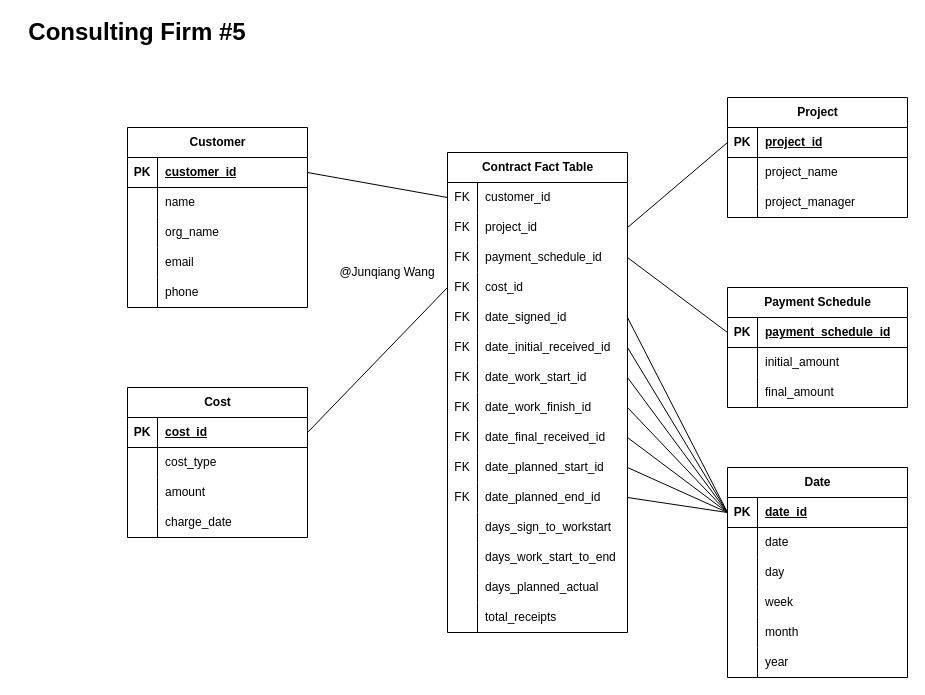
Before: page "consulting-5" (6 of 6) of hw4b.drawio in EliWangC/dsci-559-database, a draw.io diagram. Source tidied: cells renumbered, new cells numbered last; positions are measured from the earlier drawing's top-left corner, leaving out a move shared by most shapes. Both pictures are drawn from the tidied source at 100%, with x=0, y=0 at pixel (17, 17).
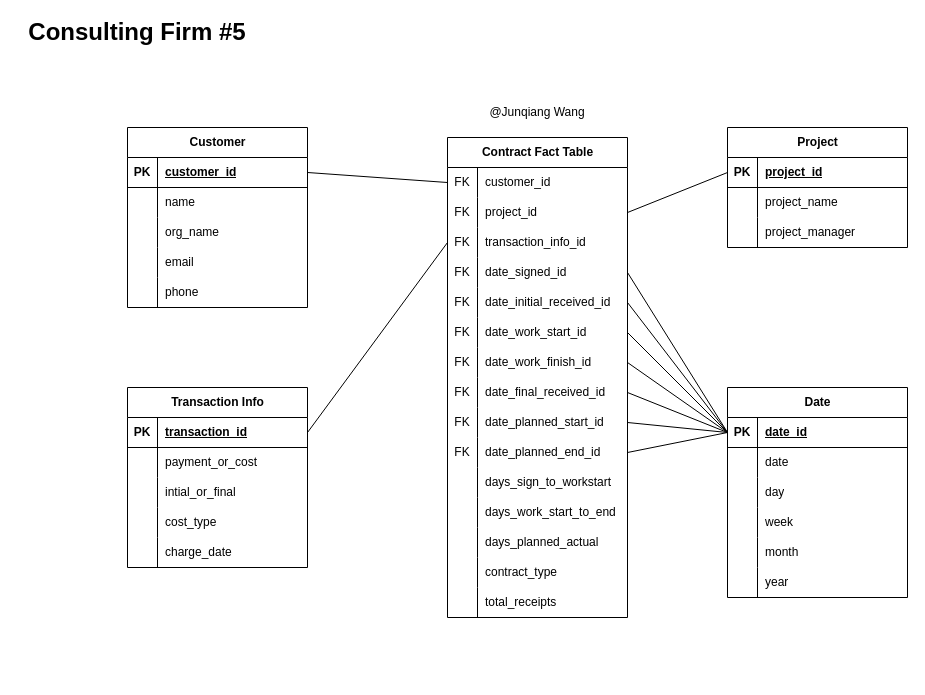
The same diagram, later.

What changed in the source:
```diff
@@
     <mxCell id="3" value="Contract Fact Table" style="shape=table;startSize=30;childLayout=tableLayout;rowLines=0;fontStyle=1;align=center;html=1;" parent="1" vertex="1">
-      <mxGeometry x="430" y="135" width="180" height="480" as="geometry" />
+      <mxGeometry x="430" y="120" width="180" height="480" as="geometry" />
     </mxCell>
@@
-    <mxCell id="10" style="shape=tableRow;horizontal=0;startSize=0;swimlaneHead=0;swimlaneBody=0;fillColor=none;points=[[0,0.5],[1,0.5]];portConstraint=eastwest;top=0;left=0;right=0;bottom=0;" parent="3" vertex="1">
-      <mxGeometry y="90" width="180" height="30" as="geometry" />
-    </mxCell>
-    <mxCell id="11" value="FK" style="shape=partialRectangle;fillColor=none;top=0;left=0;bottom=0;right=0;overflow=hidden;whiteSpace=wrap;html=1;" parent="10" vertex="1">
-      <mxGeometry width="30" height="30" as="geometry" />
-    </mxCell>
-    <mxCell id="12" value="payment_schedule_id" style="shape=partialRectangle;fillColor=none;top=0;left=0;bottom=0;right=0;align=left;spacingLeft=6;overflow=hidden;whiteSpace=wrap;html=1;" parent="10" vertex="1">
-      <mxGeometry x="30" width="150" height="30" as="geometry" />
-    </mxCell>
     <mxCell id="13" style="shape=tableRow;horizontal=0;startSize=0;swimlaneHead=0;swimlaneBody=0;fillColor=none;points=[[0,0.5],[1,0.5]];portConstraint=eastwest;top=0;left=0;right=0;bottom=0;" parent="3" vertex="1">
-      <mxGeometry y="120" width="180" height="30" as="geometry" />
+      <mxGeometry y="90" width="180" height="30" as="geometry" />
     </mxCell>
@@
-    <mxCell id="15" value="cost_id" style="shape=partialRectangle;fillColor=none;top=0;left=0;bottom=0;right=0;align=left;spacingLeft=6;overflow=hidden;whiteSpace=wrap;html=1;" parent="13" vertex="1">
+    <mxCell id="15" value="transaction_info_id" style="shape=partialRectangle;fillColor=none;top=0;left=0;bottom=0;right=0;align=left;spacingLeft=6;overflow=hidden;whiteSpace=wrap;html=1;" parent="13" vertex="1">
       <mxGeometry x="30" width="150" height="30" as="geometry" />
     </mxCell>
     <mxCell id="16" style="shape=tableRow;horizontal=0;startSize=0;swimlaneHead=0;swimlaneBody=0;fillColor=none;points=[[0,0.5],[1,0.5]];portConstraint=eastwest;top=0;left=0;right=0;bottom=0;" parent="3" vertex="1">
-      <mxGeometry y="150" width="180" height="30" as="geometry" />
+      <mxGeometry y="120" width="180" height="30" as="geometry" />
     </mxCell>
@@
     <mxCell id="19" style="shape=tableRow;horizontal=0;startSize=0;swimlaneHead=0;swimlaneBody=0;fillColor=none;points=[[0,0.5],[1,0.5]];portConstraint=eastwest;top=0;left=0;right=0;bottom=0;" parent="3" vertex="1">
-      <mxGeometry y="180" width="180" height="30" as="geometry" />
+      <mxGeometry y="150" width="180" height="30" as="geometry" />
     </mxCell>
@@
     <mxCell id="22" style="shape=tableRow;horizontal=0;startSize=0;swimlaneHead=0;swimlaneBody=0;fillColor=none;points=[[0,0.5],[1,0.5]];portConstraint=eastwest;top=0;left=0;right=0;bottom=0;" parent="3" vertex="1">
-      <mxGeometry y="210" width="180" height="30" as="geometry" />
+      <mxGeometry y="180" width="180" height="30" as="geometry" />
     </mxCell>
@@
     <mxCell id="25" style="shape=tableRow;horizontal=0;startSize=0;swimlaneHead=0;swimlaneBody=0;fillColor=none;points=[[0,0.5],[1,0.5]];portConstraint=eastwest;top=0;left=0;right=0;bottom=0;" parent="3" vertex="1">
-      <mxGeometry y="240" width="180" height="30" as="geometry" />
+      <mxGeometry y="210" width="180" height="30" as="geometry" />
     </mxCell>
@@
     <mxCell id="28" style="shape=tableRow;horizontal=0;startSize=0;swimlaneHead=0;swimlaneBody=0;fillColor=none;points=[[0,0.5],[1,0.5]];portConstraint=eastwest;top=0;left=0;right=0;bottom=0;" parent="3" vertex="1">
-      <mxGeometry y="270" width="180" height="30" as="geometry" />
+      <mxGeometry y="240" width="180" height="30" as="geometry" />
     </mxCell>
@@
     <mxCell id="31" style="shape=tableRow;horizontal=0;startSize=0;swimlaneHead=0;swimlaneBody=0;fillColor=none;points=[[0,0.5],[1,0.5]];portConstraint=eastwest;top=0;left=0;right=0;bottom=0;" parent="3" vertex="1">
-      <mxGeometry y="300" width="180" height="30" as="geometry" />
+      <mxGeometry y="270" width="180" height="30" as="geometry" />
     </mxCell>
@@
     <mxCell id="34" style="shape=tableRow;horizontal=0;startSize=0;swimlaneHead=0;swimlaneBody=0;fillColor=none;points=[[0,0.5],[1,0.5]];portConstraint=eastwest;top=0;left=0;right=0;bottom=0;" parent="3" vertex="1">
-      <mxGeometry y="330" width="180" height="30" as="geometry" />
+      <mxGeometry y="300" width="180" height="30" as="geometry" />
     </mxCell>
@@
     <mxCell id="37" style="shape=tableRow;horizontal=0;startSize=0;swimlaneHead=0;swimlaneBody=0;fillColor=none;top=0;left=0;right=0;bottom=0;" parent="3" vertex="1">
-      <mxGeometry y="360" width="180" height="30" as="geometry" />
+      <mxGeometry y="330" width="180" height="30" as="geometry" />
     </mxCell>
@@
     <mxCell id="40" style="shape=tableRow;horizontal=0;startSize=0;swimlaneHead=0;swimlaneBody=0;fillColor=none;top=0;left=0;right=0;bottom=0;" parent="3" vertex="1">
-      <mxGeometry y="390" width="180" height="30" as="geometry" />
+      <mxGeometry y="360" width="180" height="30" as="geometry" />
     </mxCell>
@@
     <mxCell id="43" style="shape=tableRow;horizontal=0;startSize=0;swimlaneHead=0;swimlaneBody=0;fillColor=none;top=0;left=0;right=0;bottom=0;" parent="3" vertex="1">
-      <mxGeometry y="420" width="180" height="30" as="geometry" />
+      <mxGeometry y="390" width="180" height="30" as="geometry" />
     </mxCell>
@@
+    <mxCell id="129" style="shape=tableRow;horizontal=0;startSize=0;swimlaneHead=0;swimlaneBody=0;fillColor=none;top=0;left=0;right=0;bottom=0;" parent="3" vertex="1">
+      <mxGeometry y="420" width="180" height="30" as="geometry" />
+    </mxCell>
+    <mxCell id="130" style="shape=partialRectangle;fillColor=none;top=0;left=0;bottom=0;right=0;overflow=hidden;whiteSpace=wrap;html=1;" parent="129" vertex="1">
+      <mxGeometry width="30" height="30" as="geometry" />
+    </mxCell>
+    <mxCell id="131" value="contract_type" style="shape=partialRectangle;fillColor=none;top=0;left=0;bottom=0;right=0;align=left;spacingLeft=6;overflow=hidden;whiteSpace=wrap;html=1;" parent="129" vertex="1">
+      <mxGeometry x="30" width="150" height="30" as="geometry" />
+    </mxCell>
@@
     <mxCell id="65" value="Project" style="shape=table;startSize=30;childLayout=tableLayout;rowLines=0;fontStyle=1;align=center;html=1;" parent="1" vertex="1">
-      <mxGeometry x="710" y="80" width="180" height="120" as="geometry" />
+      <mxGeometry x="710" y="110" width="180" height="120" as="geometry" />
     </mxCell>
@@
-    <mxCell id="75" value="Payment Schedule" style="shape=table;startSize=30;childLayout=tableLayout;rowLines=0;fontStyle=1;align=center;html=1;" parent="1" vertex="1">
-      <mxGeometry x="710" y="270" width="180" height="120" as="geometry" />
-    </mxCell>
-    <mxCell id="76" style="shape=tableRow;horizontal=0;startSize=0;swimlaneHead=0;swimlaneBody=0;fillColor=none;points=[[0,0.5],[1,0.5]];portConstraint=eastwest;top=0;left=0;right=0;bottom=1;" parent="75" vertex="1">
-      <mxGeometry y="30" width="180" height="30" as="geometry" />
-    </mxCell>
-    <mxCell id="77" value="PK" style="shape=partialRectangle;fillColor=none;top=0;left=0;bottom=0;right=0;fontStyle=1;overflow=hidden;whiteSpace=wrap;html=1;" parent="76" vertex="1">
-      <mxGeometry width="30" height="30" as="geometry" />
-    </mxCell>
-    <mxCell id="78" value="payment_schedule_id" style="shape=partialRectangle;fillColor=none;top=0;left=0;bottom=0;right=0;align=left;spacingLeft=6;fontStyle=5;overflow=hidden;whiteSpace=wrap;html=1;" parent="76" vertex="1">
-      <mxGeometry x="30" width="150" height="30" as="geometry" />
-    </mxCell>
-    <mxCell id="79" style="shape=tableRow;horizontal=0;startSize=0;swimlaneHead=0;swimlaneBody=0;fillColor=none;top=0;left=0;right=0;bottom=0;" parent="75" vertex="1">
-      <mxGeometry y="60" width="180" height="30" as="geometry" />
-    </mxCell>
-    <mxCell id="80" style="shape=partialRectangle;fillColor=none;top=0;left=0;bottom=0;right=0;overflow=hidden;whiteSpace=wrap;html=1;" parent="79" vertex="1">
-      <mxGeometry width="30" height="30" as="geometry" />
-    </mxCell>
-    <mxCell id="81" value="initial_amount" style="shape=partialRectangle;fillColor=none;top=0;left=0;bottom=0;right=0;align=left;spacingLeft=6;overflow=hidden;whiteSpace=wrap;html=1;" parent="79" vertex="1">
-      <mxGeometry x="30" width="150" height="30" as="geometry" />
-    </mxCell>
-    <mxCell id="82" style="shape=tableRow;horizontal=0;startSize=0;swimlaneHead=0;swimlaneBody=0;fillColor=none;top=0;left=0;right=0;bottom=0;" parent="75" vertex="1">
-      <mxGeometry y="90" width="180" height="30" as="geometry" />
-    </mxCell>
-    <mxCell id="83" style="shape=partialRectangle;fillColor=none;top=0;left=0;bottom=0;right=0;overflow=hidden;whiteSpace=wrap;html=1;" parent="82" vertex="1">
-      <mxGeometry width="30" height="30" as="geometry" />
-    </mxCell>
-    <mxCell id="84" value="final_amount" style="shape=partialRectangle;fillColor=none;top=0;left=0;bottom=0;right=0;align=left;spacingLeft=6;overflow=hidden;whiteSpace=wrap;html=1;" parent="82" vertex="1">
-      <mxGeometry x="30" width="150" height="30" as="geometry" />
-    </mxCell>
-    <mxCell id="85" value="Cost" style="shape=table;startSize=30;childLayout=tableLayout;rowLines=0;fontStyle=1;align=center;html=1;" parent="1" vertex="1">
-      <mxGeometry x="110" y="370" width="180" height="150" as="geometry" />
-    </mxCell>
-    <mxCell id="86" style="shape=tableRow;horizontal=0;startSize=0;swimlaneHead=0;swimlaneBody=0;fillColor=none;points=[[0,0.5],[1,0.5]];portConstraint=eastwest;top=0;left=0;right=0;bottom=1;" parent="85" vertex="1">
-      <mxGeometry y="30" width="180" height="30" as="geometry" />
-    </mxCell>
-    <mxCell id="87" value="PK" style="shape=partialRectangle;fillColor=none;top=0;left=0;bottom=0;right=0;fontStyle=1;overflow=hidden;whiteSpace=wrap;html=1;" parent="86" vertex="1">
-      <mxGeometry width="30" height="30" as="geometry" />
-    </mxCell>
-    <mxCell id="88" value="cost_id" style="shape=partialRectangle;fillColor=none;top=0;left=0;bottom=0;right=0;align=left;spacingLeft=6;fontStyle=5;overflow=hidden;whiteSpace=wrap;html=1;" parent="86" vertex="1">
-      <mxGeometry x="30" width="150" height="30" as="geometry" />
-    </mxCell>
-    <mxCell id="89" style="shape=tableRow;horizontal=0;startSize=0;swimlaneHead=0;swimlaneBody=0;fillColor=none;top=0;left=0;right=0;bottom=0;" parent="85" vertex="1">
-      <mxGeometry y="60" width="180" height="30" as="geometry" />
-    </mxCell>
-    <mxCell id="90" style="shape=partialRectangle;fillColor=none;top=0;left=0;bottom=0;right=0;overflow=hidden;whiteSpace=wrap;html=1;" parent="89" vertex="1">
-      <mxGeometry width="30" height="30" as="geometry" />
-    </mxCell>
-    <mxCell id="91" value="cost_type" style="shape=partialRectangle;fillColor=none;top=0;left=0;bottom=0;right=0;align=left;spacingLeft=6;overflow=hidden;whiteSpace=wrap;html=1;" parent="89" vertex="1">
-      <mxGeometry x="30" width="150" height="30" as="geometry" />
-    </mxCell>
-    <mxCell id="92" style="shape=tableRow;horizontal=0;startSize=0;swimlaneHead=0;swimlaneBody=0;fillColor=none;top=0;left=0;right=0;bottom=0;" parent="85" vertex="1">
-      <mxGeometry y="90" width="180" height="30" as="geometry" />
-    </mxCell>
-    <mxCell id="93" style="shape=partialRectangle;fillColor=none;top=0;left=0;bottom=0;right=0;overflow=hidden;whiteSpace=wrap;html=1;" parent="92" vertex="1">
-      <mxGeometry width="30" height="30" as="geometry" />
-    </mxCell>
-    <mxCell id="94" value="amount" style="shape=partialRectangle;fillColor=none;top=0;left=0;bottom=0;right=0;align=left;spacingLeft=6;overflow=hidden;whiteSpace=wrap;html=1;" parent="92" vertex="1">
-      <mxGeometry x="30" width="150" height="30" as="geometry" />
-    </mxCell>
-    <mxCell id="95" style="shape=tableRow;horizontal=0;startSize=0;swimlaneHead=0;swimlaneBody=0;fillColor=none;top=0;left=0;right=0;bottom=0;" parent="85" vertex="1">
-      <mxGeometry y="120" width="180" height="30" as="geometry" />
-    </mxCell>
-    <mxCell id="96" style="shape=partialRectangle;fillColor=none;top=0;left=0;bottom=0;right=0;overflow=hidden;whiteSpace=wrap;html=1;" parent="95" vertex="1">
-      <mxGeometry width="30" height="30" as="geometry" />
-    </mxCell>
-    <mxCell id="97" value="charge_date" style="shape=partialRectangle;fillColor=none;top=0;left=0;bottom=0;right=0;align=left;spacingLeft=6;overflow=hidden;whiteSpace=wrap;html=1;" parent="95" vertex="1">
-      <mxGeometry x="30" width="150" height="30" as="geometry" />
-    </mxCell>
@@
-    <mxCell id="99" style="rounded=0;jettySize=auto;html=1;exitX=1;exitY=0.5;exitDx=0;exitDy=0;entryX=0;entryY=0.5;entryDx=0;entryDy=0;endArrow=none;endFill=0;" parent="1" edge="1" source="86" target="13">
+    <mxCell id="99" style="rounded=0;jettySize=auto;html=1;exitX=1;exitY=0.5;exitDx=0;exitDy=0;entryX=0;entryY=0.5;entryDx=0;entryDy=0;endArrow=none;endFill=0;" parent="1" edge="1" source="133" target="13">
       <mxGeometry relative="1" as="geometry" />
     </mxCell>
@@
-    <mxCell id="101" style="rounded=0;jettySize=auto;html=1;exitX=1;exitY=0.5;exitDx=0;exitDy=0;entryX=0;entryY=0.5;entryDx=0;entryDy=0;endArrow=none;endFill=0;" parent="1" edge="1" source="10" target="76">
-      <mxGeometry relative="1" as="geometry" />
-    </mxCell>
     <mxCell id="102" value="@Junqiang Wang" style="text;html=1;strokeColor=none;fillColor=none;align=center;verticalAlign=middle;whiteSpace=wrap;rounded=0;" parent="1" vertex="1">
-      <mxGeometry x="310" y="240" width="120" height="30" as="geometry" />
+      <mxGeometry x="460" y="80" width="120" height="30" as="geometry" />
     </mxCell>
@@
     <mxCell id="104" value="Date" style="shape=table;startSize=30;childLayout=tableLayout;rowLines=0;fontStyle=1;align=center;html=1;" parent="1" vertex="1">
-      <mxGeometry x="710" y="450" width="180" height="210" as="geometry" />
+      <mxGeometry x="710" y="370" width="180" height="210" as="geometry" />
     </mxCell>
@@
+    <mxCell id="132" value="Transaction Info" style="shape=table;startSize=30;childLayout=tableLayout;rowLines=0;fontStyle=1;align=center;html=1;" parent="1" vertex="1">
+      <mxGeometry x="110" y="370" width="180" height="180" as="geometry" />
+    </mxCell>
+    <mxCell id="133" style="shape=tableRow;horizontal=0;startSize=0;swimlaneHead=0;swimlaneBody=0;fillColor=none;points=[[0,0.5],[1,0.5]];portConstraint=eastwest;top=0;left=0;right=0;bottom=1;" parent="132" vertex="1">
+      <mxGeometry y="30" width="180" height="30" as="geometry" />
+    </mxCell>
+    <mxCell id="134" value="PK" style="shape=partialRectangle;fillColor=none;top=0;left=0;bottom=0;right=0;fontStyle=1;overflow=hidden;whiteSpace=wrap;html=1;" parent="133" vertex="1">
+      <mxGeometry width="30" height="30" as="geometry" />
+    </mxCell>
+    <mxCell id="135" value="transaction_id" style="shape=partialRectangle;fillColor=none;top=0;left=0;bottom=0;right=0;align=left;spacingLeft=6;fontStyle=5;overflow=hidden;whiteSpace=wrap;html=1;" parent="133" vertex="1">
+      <mxGeometry x="30" width="150" height="30" as="geometry" />
+    </mxCell>
+    <mxCell id="136" style="shape=tableRow;horizontal=0;startSize=0;swimlaneHead=0;swimlaneBody=0;fillColor=none;top=0;left=0;right=0;bottom=0;" parent="132" vertex="1">
+      <mxGeometry y="60" width="180" height="30" as="geometry" />
+    </mxCell>
+    <mxCell id="137" style="shape=partialRectangle;fillColor=none;top=0;left=0;bottom=0;right=0;overflow=hidden;whiteSpace=wrap;html=1;" parent="136" vertex="1">
+      <mxGeometry width="30" height="30" as="geometry" />
+    </mxCell>
+    <mxCell id="138" value="payment_or_cost" style="shape=partialRectangle;fillColor=none;top=0;left=0;bottom=0;right=0;align=left;spacingLeft=6;overflow=hidden;whiteSpace=wrap;html=1;" parent="136" vertex="1">
+      <mxGeometry x="30" width="150" height="30" as="geometry" />
+    </mxCell>
+    <mxCell id="139" style="shape=tableRow;horizontal=0;startSize=0;swimlaneHead=0;swimlaneBody=0;fillColor=none;top=0;left=0;right=0;bottom=0;" parent="132" vertex="1">
+      <mxGeometry y="90" width="180" height="30" as="geometry" />
+    </mxCell>
+    <mxCell id="140" style="shape=partialRectangle;fillColor=none;top=0;left=0;bottom=0;right=0;overflow=hidden;whiteSpace=wrap;html=1;" parent="139" vertex="1">
+      <mxGeometry width="30" height="30" as="geometry" />
+    </mxCell>
+    <mxCell id="141" value="intial_or_final" style="shape=partialRectangle;fillColor=none;top=0;left=0;bottom=0;right=0;align=left;spacingLeft=6;overflow=hidden;whiteSpace=wrap;html=1;" parent="139" vertex="1">
+      <mxGeometry x="30" width="150" height="30" as="geometry" />
+    </mxCell>
+    <mxCell id="95" style="shape=tableRow;horizontal=0;startSize=0;swimlaneHead=0;swimlaneBody=0;fillColor=none;top=0;left=0;right=0;bottom=0;" parent="132" vertex="1">
+      <mxGeometry y="120" width="180" height="30" as="geometry" />
+    </mxCell>
+    <mxCell id="142" style="shape=partialRectangle;fillColor=none;top=0;left=0;bottom=0;right=0;overflow=hidden;whiteSpace=wrap;html=1;" parent="95" vertex="1">
+      <mxGeometry width="30" height="30" as="geometry" />
+    </mxCell>
+    <mxCell id="91" value="cost_type" style="shape=partialRectangle;fillColor=none;top=0;left=0;bottom=0;right=0;align=left;spacingLeft=6;overflow=hidden;whiteSpace=wrap;html=1;" parent="95" vertex="1">
+      <mxGeometry x="30" width="150" height="30" as="geometry" />
+    </mxCell>
+    <mxCell id="143" style="shape=tableRow;horizontal=0;startSize=0;swimlaneHead=0;swimlaneBody=0;fillColor=none;top=0;left=0;right=0;bottom=0;" parent="132" vertex="1">
+      <mxGeometry y="150" width="180" height="30" as="geometry" />
+    </mxCell>
+    <mxCell id="144" style="shape=partialRectangle;fillColor=none;top=0;left=0;bottom=0;right=0;overflow=hidden;whiteSpace=wrap;html=1;" parent="143" vertex="1">
+      <mxGeometry width="30" height="30" as="geometry" />
+    </mxCell>
+    <mxCell id="97" value="charge_date" style="shape=partialRectangle;fillColor=none;top=0;left=0;bottom=0;right=0;align=left;spacingLeft=6;overflow=hidden;whiteSpace=wrap;html=1;" parent="143" vertex="1">
+      <mxGeometry x="30" width="150" height="30" as="geometry" />
+    </mxCell>
```
